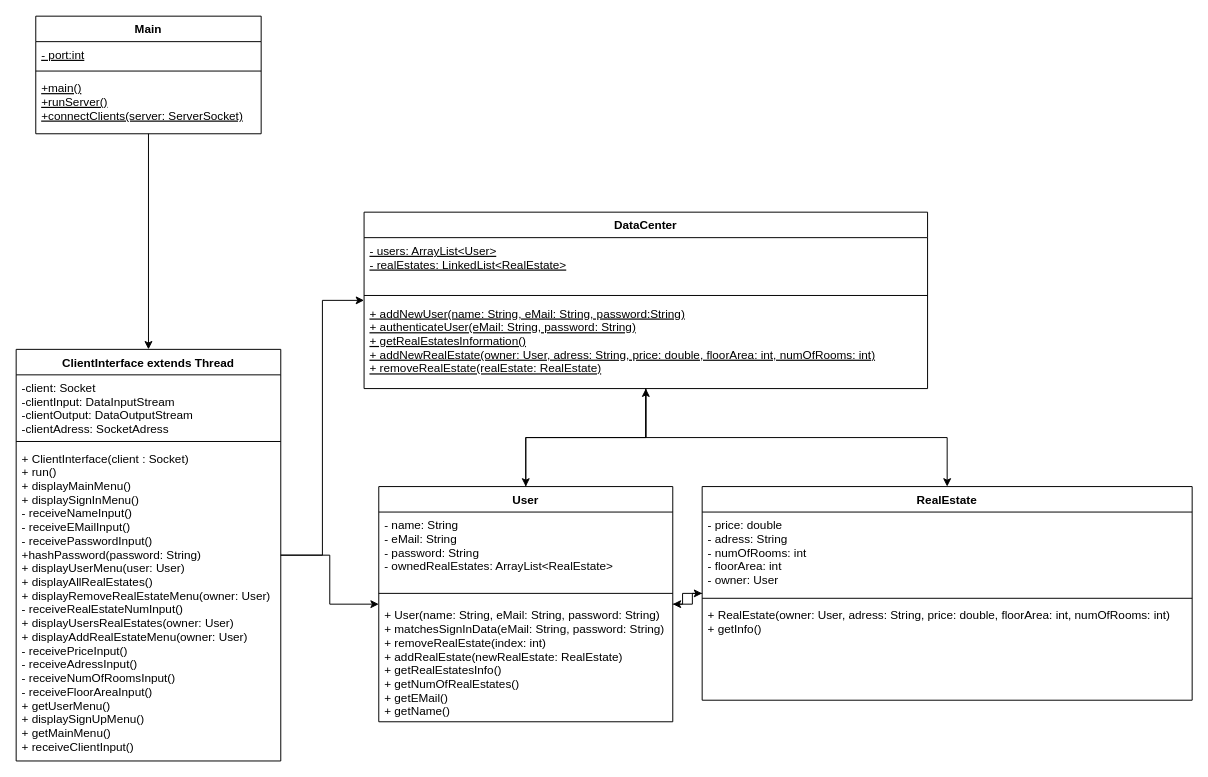
Above: KlassendiagrammServer.drawio in FabioKron/Online-Immobilienportal (draw.io), before the change. Source tidied: cells renumbered, new cells numbered last; positions are measured from the earlier drawing's top-left corner, leaving out a move shared by most shapes. Both pictures are drawn from the tidied source at 98%, with x=0, y=0 at pixel (16, 16).
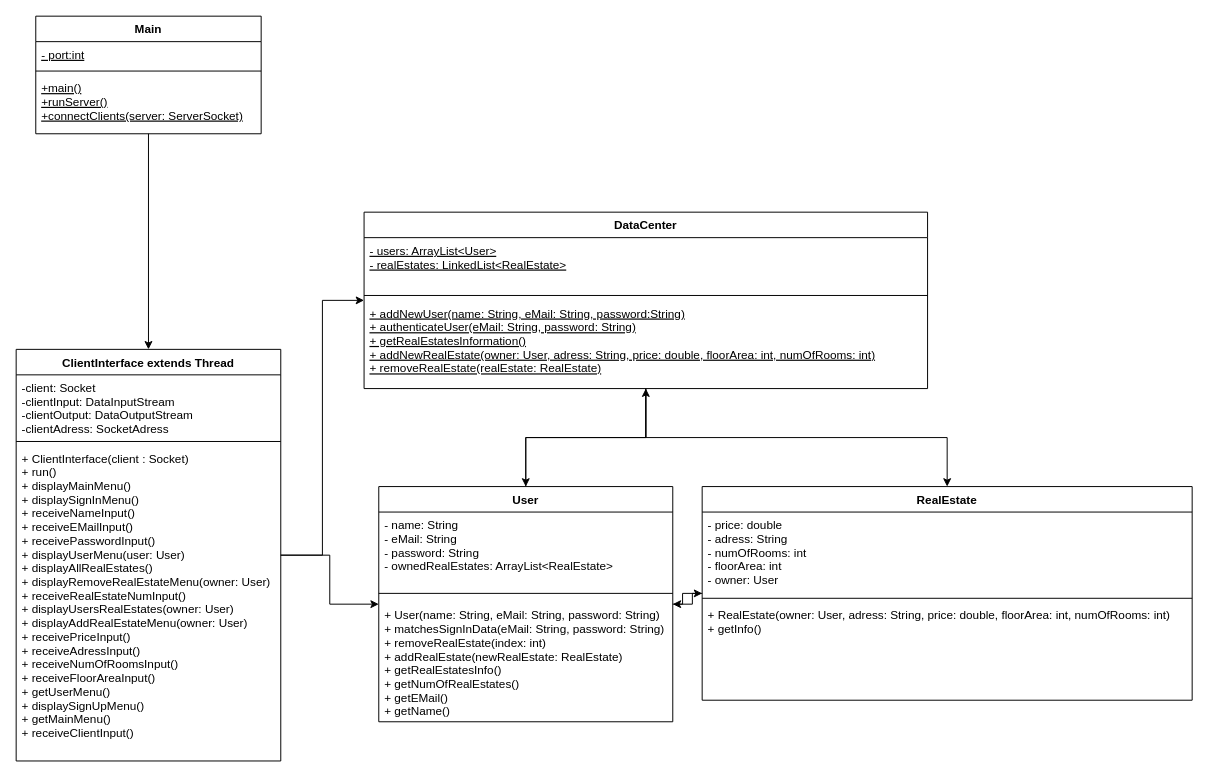
Above is the later version.

The change refers to these unchanged cells:
```xml
<mxCell id="9" value="ClientInterface extends Thread" style="swimlane;fontStyle=1;align=center;verticalAlign=top;horizontal=1;startSize=26;" parent="1" vertex="1">
  <mxGeometry y="340" width="270" height="420" as="geometry" />
</mxCell>
```

Diff of the diagram source:
```diff
@@
-    <mxCell id="12" value="+ ClientInterface(client : Socket)&#10;+ run()&#10;+ displayMainMenu()&#10;+ displaySignInMenu()&#10;- receiveNameInput()&#10;- receiveEMailInput()&#10;- receivePasswordInput()&#10;+hashPassword(password: String)&#10;+ displayUserMenu(user: User)&#10;+ displayAllRealEstates()&#10;+ displayRemoveRealEstateMenu(owner: User)&#10;- receiveRealEstateNumInput()&#10;+ displayUsersRealEstates(owner: User)&#10;+ displayAddRealEstateMenu(owner: User)&#10;- receivePriceInput()&#10;- receiveAdressInput()&#10;- receiveNumOfRoomsInput()&#10;- receiveFloorAreaInput()&#10;+ getUserMenu()&#10;+ displaySignUpMenu()&#10;+ getMainMenu()&#10;+ receiveClientInput()&#10;" style="text;strokeColor=none;fillColor=none;align=left;verticalAlign=top;spacingLeft=4;spacingRight=4;overflow=hidden;" parent="9" vertex="1">
+    <mxCell id="12" value="+ ClientInterface(client : Socket)&#10;+ run()&#10;+ displayMainMenu()&#10;+ displaySignInMenu()&#10;+ receiveNameInput()&#10;+ receiveEMailInput()&#10;+ receivePasswordInput()&#10;+ displayUserMenu(user: User)&#10;+ displayAllRealEstates()&#10;+ displayRemoveRealEstateMenu(owner: User)&#10;+ receiveRealEstateNumInput()&#10;+ displayUsersRealEstates(owner: User)&#10;+ displayAddRealEstateMenu(owner: User)&#10;+ receivePriceInput()&#10;+ receiveAdressInput()&#10;+ receiveNumOfRoomsInput()&#10;+ receiveFloorAreaInput()&#10;+ getUserMenu()&#10;+ displaySignUpMenu()&#10;+ getMainMenu()&#10;+ receiveClientInput()&#10;" style="text;strokeColor=none;fillColor=none;align=left;verticalAlign=top;spacingLeft=4;spacingRight=4;overflow=hidden;" parent="9" vertex="1">
       <mxGeometry y="98" width="270" height="322" as="geometry" />
     </mxCell>
```
